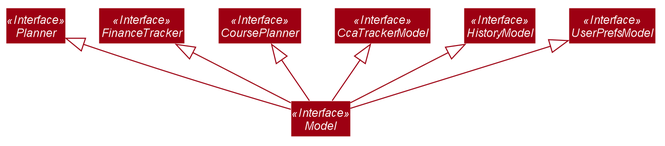
This is docs/images/model/ModelInterfaceClassDiagram.png from nus-cs2103-AY1920S1/addressbook-level3, a PlantUML export, as it was before one commit. The source it was exported from:
```plantuml
@startuml








skinparam BackgroundColor #FFFFFFF

skinparam Shadowing false

skinparam Class {
    FontColor #FFFFFF
    BorderThickness 1
    BorderColor #FFFFFF
    StereotypeFontColor #FFFFFF
    FontName Arial
}

skinparam Actor {
    BorderColor #000000
    Color #000000
    FontName Arial
}

skinparam Sequence {
    MessageAlign center
    BoxFontSize 15
    BoxPadding 0
    BoxFontColor #FFFFFF
    FontName Arial
}

skinparam Participant {
    FontColor #FFFFFFF
    Padding 20
}

skinparam MinClassWidth 50
skinparam ParticipantPadding 10
skinparam Shadowing false
skinparam DefaultTextAlignment center
skinparam packageStyle Rectangle

hide footbox
hide members
hide circle
skinparam arrowThickness 1.1
skinparam arrowColor #9D0012
skinparam classBackgroundColor #9D0012

Interface Model <<Interface>>
Interface UserPrefsModel <<Interface>>
Interface HistoryModel <<Interface>>
Interface CcaTrackerModel <<Interface>>
Interface CoursePlanner <<Interface>>
Interface FinanceTracker <<Interface>>
Interface Planner <<Interface>>

Model -up-|> UserPrefsModel
Model -up-|> HistoryModel
Model -up-|> CcaTrackerModel
Model -up-|> CoursePlanner
Model -up-|> FinanceTracker
Model -up-|> Planner

@enduml
```
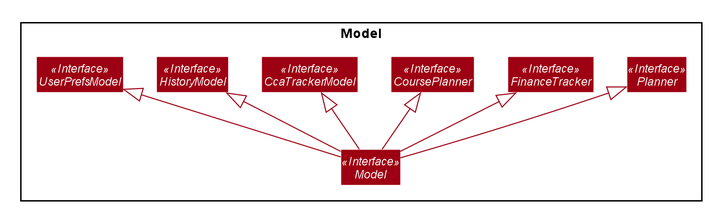
The same diagram one commit later.

What changed in the source:
```diff
@@ -51,13 +51,15 @@
 skinparam arrowColor #9D0012
 skinparam classBackgroundColor #9D0012
 
-Interface Model <<Interface>>
-Interface UserPrefsModel <<Interface>>
-Interface HistoryModel <<Interface>>
-Interface CcaTrackerModel <<Interface>>
-Interface CoursePlanner <<Interface>>
-Interface FinanceTracker <<Interface>>
-Interface Planner <<Interface>>
+Package Model <<Rectangle>> {
+    Interface Model <<Interface>>
+    Interface UserPrefsModel <<Interface>>
+    Interface HistoryModel <<Interface>>
+    Interface CcaTrackerModel <<Interface>>
+    Interface CoursePlanner <<Interface>>
+    Interface FinanceTracker <<Interface>>
+    Interface Planner <<Interface>>
+}
 
 Model -up-|> UserPrefsModel
 Model -up-|> HistoryModel
```
